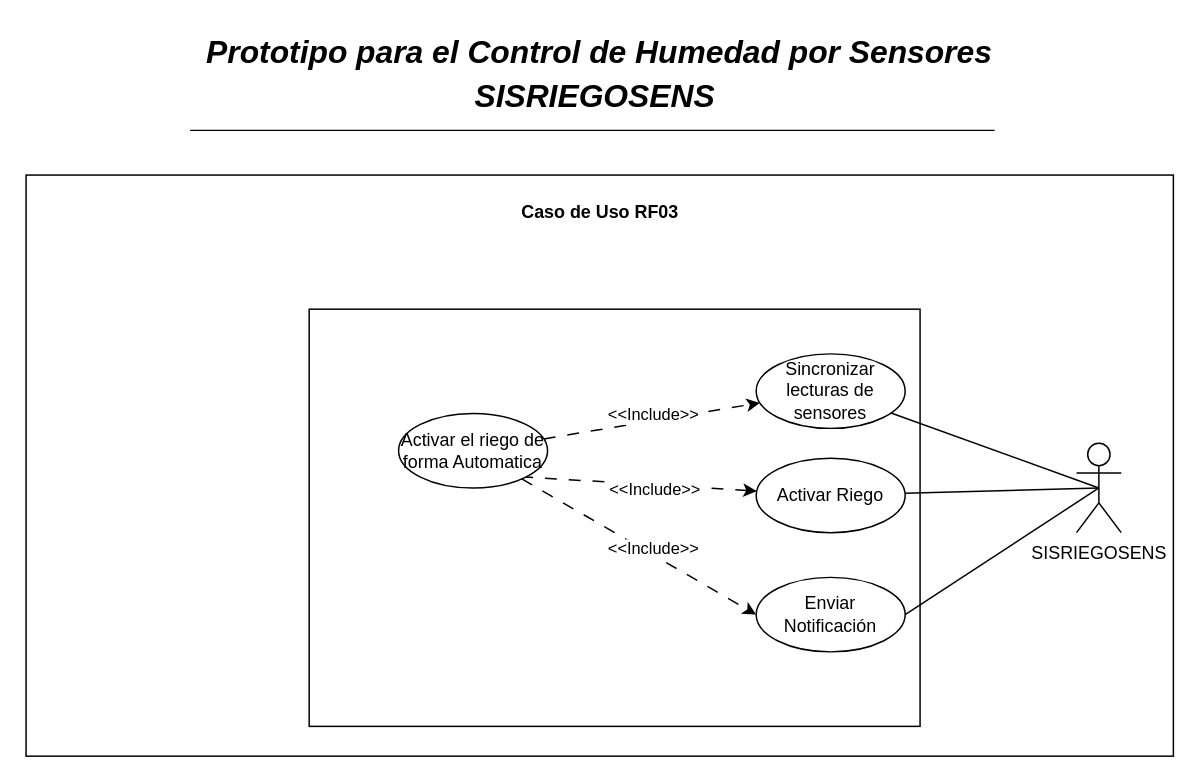
Earlier version of the draw.io diagram page "Riego_Automatico" (4 of 6) of Casos_Uso.drawio (Gelo9033/Sistema_Riego). Source tidied: cells renumbered, new cells numbered last; positions are measured from the earlier drawing's top-left corner, leaving out a move shared by most shapes. Both pictures are drawn from the tidied source at 149%, with x=0, y=0 at pixel (25, 25).
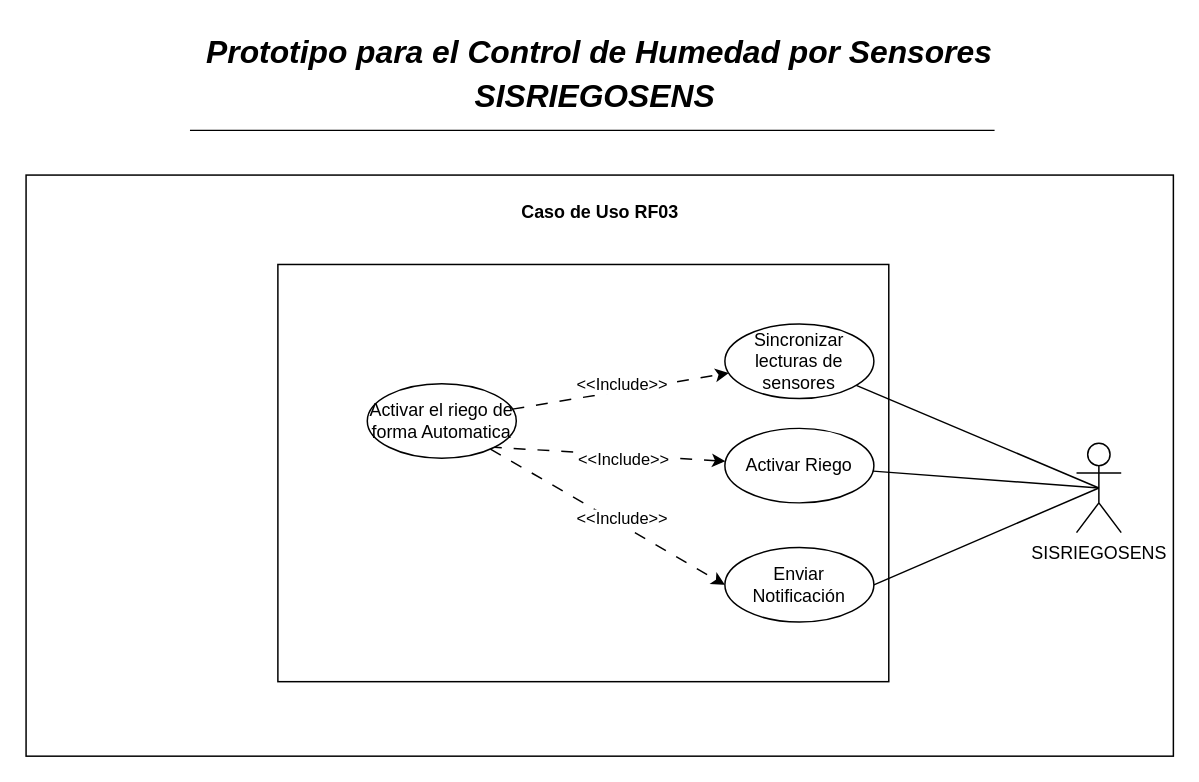
Above is the later version.

The edit, as a diff of the source:
```diff
@@
+    <mxCell id="8" value="SISRIEGOSENS" style="shape=umlActor;verticalLabelPosition=bottom;verticalAlign=top;html=1;outlineConnect=0;" parent="1" vertex="1">
+      <mxGeometry x="705" y="280" width="30" height="60" as="geometry" />
+    </mxCell>
+    <mxCell id="13" style="rounded=0;jettySize=auto;html=1;endArrow=none;startFill=0;entryX=0.5;entryY=0.5;entryDx=0;entryDy=0;entryPerimeter=0;" parent="1" edge="1" source="14" target="8">
+      <mxGeometry relative="1" as="geometry" />
+    </mxCell>
+    <mxCell id="18" style="rounded=0;jettySize=auto;html=1;entryX=0.5;entryY=0.5;entryDx=0;entryDy=0;entryPerimeter=0;endArrow=none;startFill=0;" parent="1" edge="1" source="17" target="8">
+      <mxGeometry relative="1" as="geometry" />
+    </mxCell>
+    <mxCell id="21" style="rounded=0;jettySize=auto;html=1;entryX=0.5;entryY=0.5;entryDx=0;entryDy=0;entryPerimeter=0;exitX=1;exitY=0.5;exitDx=0;exitDy=0;endArrow=none;startFill=0;" parent="1" edge="1" source="19" target="8">
+      <mxGeometry relative="1" as="geometry" />
+    </mxCell>
+    <mxCell id="22" style="group;" parent="1" vertex="1">
+      <mxGeometry x="169" y="160" width="410" height="280" as="geometry" />
+    </mxCell>
-    <mxCell id="7" style="whiteSpace=wrap;html=1;fillColor=none;" parent="1" vertex="1">
-      <mxGeometry x="190" y="190" width="410" height="280" as="geometry" />
+    <mxCell id="7" style="whiteSpace=wrap;html=1;fillColor=none;" parent="22" vertex="1">
+      <mxGeometry width="410" height="280" as="geometry" />
     </mxCell>
-    <mxCell id="8" value="SISRIEGOSENS" style="shape=umlActor;verticalLabelPosition=bottom;verticalAlign=top;html=1;outlineConnect=0;" parent="1" vertex="1">
-      <mxGeometry x="705" y="280" width="30" height="60" as="geometry" />
-    </mxCell>
-    <mxCell id="9" style="rounded=0;jettySize=auto;html=1;dashed=1;dashPattern=8 8;" parent="1" edge="1" source="12" target="14">
+    <mxCell id="9" style="rounded=0;jettySize=auto;html=1;dashed=1;dashPattern=8 8;" parent="22" edge="1" source="12" target="14">
       <mxGeometry relative="1" as="geometry" />
     </mxCell>
@@
-    <mxCell id="11" style="rounded=0;jettySize=auto;html=1;entryX=0;entryY=0.5;entryDx=0;entryDy=0;dashed=1;dashPattern=8 8;endArrow=classic;startFill=0;startArrow=none;endFill=1;" parent="1" edge="1" source="12" target="19">
+    <mxCell id="11" style="rounded=0;jettySize=auto;html=1;entryX=0;entryY=0.5;entryDx=0;entryDy=0;dashed=1;dashPattern=8 8;endArrow=classic;startFill=0;startArrow=none;endFill=1;" parent="22" edge="1" source="12" target="19">
       <mxGeometry relative="1" as="geometry" />
     </mxCell>
-    <mxCell id="12" value="Activar el riego de forma Automatica" style="ellipse;whiteSpace=wrap;html=1;" parent="1" vertex="1">
-      <mxGeometry x="250" y="260" width="100" height="50" as="geometry" />
+    <mxCell id="12" value="Activar el riego de forma Automatica" style="ellipse;whiteSpace=wrap;html=1;" parent="22" vertex="1">
+      <mxGeometry x="60" y="80" width="100" height="50" as="geometry" />
     </mxCell>
-    <mxCell id="13" style="rounded=0;jettySize=auto;html=1;endArrow=none;startFill=0;entryX=0.5;entryY=0.5;entryDx=0;entryDy=0;entryPerimeter=0;" parent="1" edge="1" source="14" target="8">
-      <mxGeometry relative="1" as="geometry" />
-    </mxCell>
-    <mxCell id="14" value="Sincronizar lecturas de sensores" style="ellipse;whiteSpace=wrap;html=1;" parent="1" vertex="1">
-      <mxGeometry x="490" y="220" width="100" height="50" as="geometry" />
+    <mxCell id="14" value="Sincronizar lecturas de sensores" style="ellipse;whiteSpace=wrap;html=1;" parent="22" vertex="1">
+      <mxGeometry x="300" y="40" width="100" height="50" as="geometry" />
     </mxCell>
-    <mxCell id="15" style="rounded=0;jettySize=auto;html=1;entryX=1;entryY=1;entryDx=0;entryDy=0;dashed=1;dashPattern=8 8;startArrow=classic;startFill=1;endArrow=none;" parent="1" edge="1" source="17" target="12">
+    <mxCell id="15" style="rounded=0;jettySize=auto;html=1;entryX=1;entryY=1;entryDx=0;entryDy=0;dashed=1;dashPattern=8 8;startArrow=classic;startFill=1;endArrow=none;" parent="22" edge="1" source="17" target="12">
       <mxGeometry relative="1" as="geometry" />
     </mxCell>
@@
-    <mxCell id="17" value="Activar Riego" style="ellipse;whiteSpace=wrap;html=1;" parent="1" vertex="1">
-      <mxGeometry x="490" y="290" width="100" height="50" as="geometry" />
+    <mxCell id="17" value="Activar Riego" style="ellipse;whiteSpace=wrap;html=1;" parent="22" vertex="1">
+      <mxGeometry x="300" y="110" width="100" height="50" as="geometry" />
     </mxCell>
-    <mxCell id="18" style="rounded=0;jettySize=auto;html=1;entryX=0.5;entryY=0.5;entryDx=0;entryDy=0;entryPerimeter=0;endArrow=none;startFill=0;" parent="1" edge="1" source="17" target="8">
-      <mxGeometry relative="1" as="geometry" />
-    </mxCell>
-    <mxCell id="19" value="Enviar Notificación" style="ellipse;whiteSpace=wrap;html=1;" parent="1" vertex="1">
-      <mxGeometry x="490" y="370" width="100" height="50" as="geometry" />
+    <mxCell id="19" value="Enviar Notificación" style="ellipse;whiteSpace=wrap;html=1;" parent="22" vertex="1">
+      <mxGeometry x="300" y="190" width="100" height="50" as="geometry" />
     </mxCell>
-    <mxCell id="20" value="&amp;lt;&amp;lt;Include&amp;gt;&amp;gt;" style="edgeLabel;html=1;align=center;verticalAlign=middle;" parent="1" vertex="1">
-      <mxGeometry x="420" y="350" as="geometry" />
+    <mxCell id="20" value="&amp;lt;&amp;lt;Include&amp;gt;&amp;gt;" style="edgeLabel;html=1;align=center;verticalAlign=middle;" parent="22" vertex="1">
+      <mxGeometry x="230" y="170" as="geometry" />
     </mxCell>
-    <mxCell id="21" style="rounded=0;jettySize=auto;html=1;entryX=0.5;entryY=0.5;entryDx=0;entryDy=0;entryPerimeter=0;exitX=1;exitY=0.5;exitDx=0;exitDy=0;endArrow=none;startFill=0;" parent="1" edge="1" source="19" target="8">
-      <mxGeometry relative="1" as="geometry" />
-    </mxCell>
```
